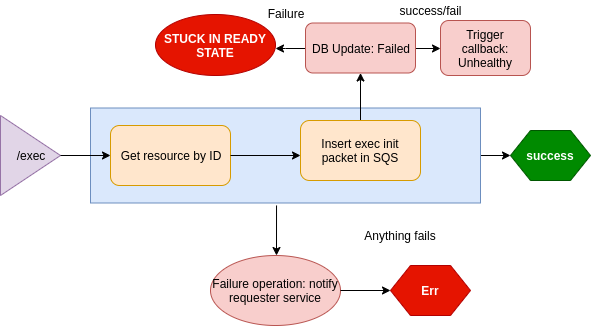
Before: exec_resource_api.png, a diagram exported from draw.io (prodipta/blueshift-resouce). Source tidied: cells renumbered, new cells last; positions are measured from the earlier drawing's top-left corner, leaving out a move shared by most shapes.
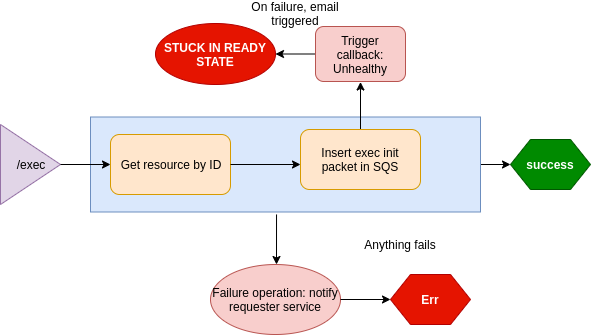
After the change.

What changed in the source:
```diff
@@ -24,25 +24,19 @@
         <mxPoint x="300" y="155" as="targetPoint" />
       </mxGeometry>
     </mxCell>
-    <mxCell id="8" style="edgeStyle=orthogonalEdgeStyle;rounded=0;jettySize=auto;html=1;" parent="1" edge="1" source="9" target="12">
-      <mxGeometry relative="1" as="geometry" />
+    <mxCell id="8" style="edgeStyle=orthogonalEdgeStyle;rounded=0;jettySize=auto;html=1;" parent="1" edge="1" source="9">
+      <mxGeometry relative="1" as="geometry">
+        <mxPoint x="360" y="72.5" as="targetPoint" />
+      </mxGeometry>
     </mxCell>
     <mxCell id="9" value="Insert exec init packet in SQS" style="rounded=1;whiteSpace=wrap;html=1;fillColor=#ffe6cc;strokeColor=#d79b00;" parent="1" vertex="1">
       <mxGeometry x="300" y="120" width="120" height="60" as="geometry" />
     </mxCell>
-    <mxCell id="10" style="edgeStyle=orthogonalEdgeStyle;rounded=0;jettySize=auto;html=1;" parent="1" edge="1" source="12" target="13">
-      <mxGeometry relative="1" as="geometry" />
-    </mxCell>
-    <mxCell id="11" style="edgeStyle=orthogonalEdgeStyle;rounded=0;jettySize=auto;html=1;" parent="1" edge="1" source="12">
-      <mxGeometry relative="1" as="geometry">
-        <mxPoint x="275" y="48" as="targetPoint" />
-      </mxGeometry>
-    </mxCell>
-    <mxCell id="12" value="DB Update: Failed" style="rounded=1;whiteSpace=wrap;html=1;fillColor=#f8cecc;strokeColor=#b85450;" parent="1" vertex="1">
-      <mxGeometry x="305" y="22.5" width="110" height="50" as="geometry" />
-    </mxCell>
+    <mxCell id="23" style="edgeStyle=orthogonalEdgeStyle;rounded=0;jettySize=auto;html=1;" parent="1" edge="1" source="13" target="20">
+      <mxGeometry relative="1" as="geometry" />
+    </mxCell>
     <mxCell id="13" value="Trigger callback: Unhealthy" style="rounded=1;whiteSpace=wrap;html=1;fillColor=#f8cecc;strokeColor=#b85450;" parent="1" vertex="1">
-      <mxGeometry x="440" y="20" width="90" height="55" as="geometry" />
+      <mxGeometry x="315" y="17" width="90" height="55" as="geometry" />
     </mxCell>
     <mxCell id="14" style="endArrow=classic;html=1;exitX=0.477;exitY=1.026;exitDx=0;exitDy=0;exitPerimeter=0;" parent="1" edge="1" source="3">
       <mxGeometry relative="1" as="geometry">
@@ -67,11 +61,8 @@
     <mxCell id="20" value="STUCK IN READY STATE" style="ellipse;whiteSpace=wrap;html=1;fontStyle=1;fillColor=#e51400;strokeColor=#B20000;fontColor=#ffffff;" parent="1" vertex="1">
       <mxGeometry x="155" y="14" width="120" height="61" as="geometry" />
     </mxCell>
-    <mxCell id="21" value="Failure" style="text;html=1;strokeColor=none;fillColor=none;align=center;verticalAlign=middle;whiteSpace=wrap;rounded=0;" parent="1" vertex="1">
-      <mxGeometry x="265" y="2.5" width="40" height="20" as="geometry" />
+    <mxCell id="21" value="On failure, email triggered" style="text;html=1;strokeColor=none;fillColor=none;align=center;verticalAlign=middle;whiteSpace=wrap;rounded=0;" parent="1" vertex="1">
+      <mxGeometry x="240" y="-6" width="110" height="20" as="geometry" />
     </mxCell>
-    <mxCell id="22" value="success/fail" style="text;html=1;strokeColor=none;fillColor=none;align=center;verticalAlign=middle;whiteSpace=wrap;rounded=0;" parent="1" vertex="1">
-      <mxGeometry x="410" width="40" height="20" as="geometry" />
-    </mxCell>
   </root>
 </mxGraphModel>
```
